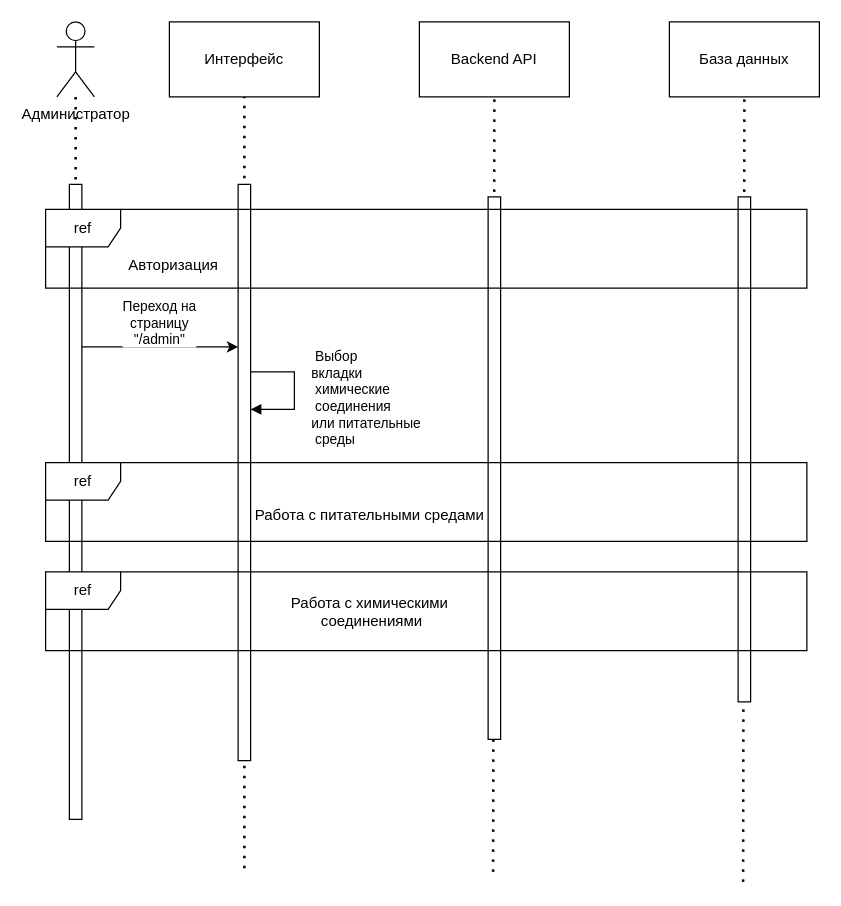
Before: sequence_manage-data.drawio in eva01pilot/plant-tissue-diagrams, a draw.io diagram. Source tidied: cells renumbered, new cells numbered last; positions are measured from the earlier drawing's top-left corner, leaving out a move shared by most shapes. Both pictures are drawn from the tidied source at 125%, with x=0, y=0 at pixel (45, 21).
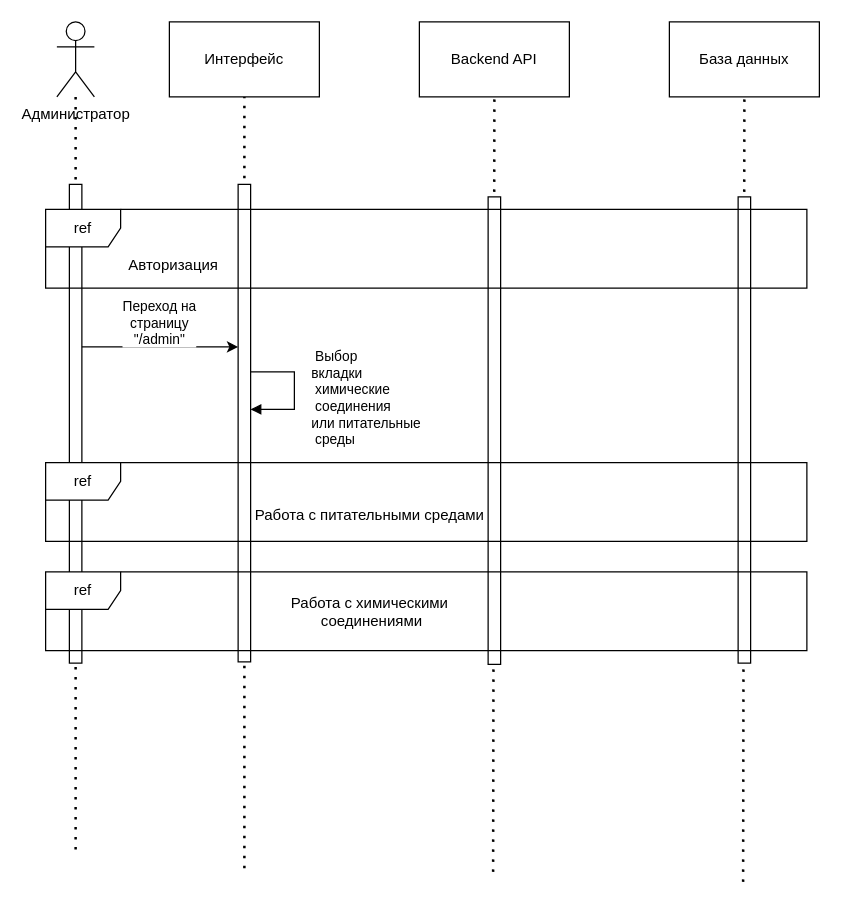
The same page after the edit.

Unchanged cells that the change refers to:
```xml
<mxCell id="5" value="&lt;div&gt;Администратор&lt;/div&gt;" style="shape=umlActor;verticalLabelPosition=bottom;verticalAlign=top;html=1;outlineConnect=0;align=center;horizontal=1;labelPosition=center;" parent="1" vertex="1">
  <mxGeometry x="9" width="30" height="60" as="geometry" />
</mxCell>
```

What changed in the source:
```diff
@@
+    <mxCell id="13" style="endArrow=none;dashed=1;html=1;dashPattern=1 3;strokeWidth=2;rounded=0;" parent="1" edge="1" source="5">
+      <mxGeometry relative="1" as="geometry">
+        <mxPoint x="24" y="667" as="targetPoint" />
+      </mxGeometry>
+    </mxCell>
@@
     <mxCell id="7" style="html=1;points=[[0,0,0,0,5],[0,1,0,0,-5],[1,0,0,0,5],[1,1,0,0,-5]];perimeter=orthogonalPerimeter;outlineConnect=0;targetShapes=umlLifeline;portConstraint=eastwest;newEdgeStyle={&quot;curved&quot;:0,&quot;rounded&quot;:0};" parent="1" vertex="1">
-      <mxGeometry x="19" y="130" width="10" height="508" as="geometry" />
+      <mxGeometry x="19" y="130" width="10" height="383" as="geometry" />
     </mxCell>
     <mxCell id="8" style="html=1;points=[[0,0,0,0,5],[0,1,0,0,-5],[1,0,0,0,5],[1,1,0,0,-5]];perimeter=orthogonalPerimeter;outlineConnect=0;targetShapes=umlLifeline;portConstraint=eastwest;newEdgeStyle={&quot;curved&quot;:0,&quot;rounded&quot;:0};" parent="1" vertex="1">
-      <mxGeometry x="154" y="130" width="10" height="461" as="geometry" />
+      <mxGeometry x="154" y="130" width="10" height="382" as="geometry" />
     </mxCell>
@@
     <mxCell id="10" style="html=1;perimeter=orthogonalPerimeter;targetShapes=umlLifeline;newEdgeStyle={&quot;curved&quot;:0,&quot;rounded&quot;:0};" parent="1" vertex="1">
-      <mxGeometry x="354" y="140" width="10" height="434" as="geometry" />
+      <mxGeometry x="354" y="140" width="10" height="374" as="geometry" />
     </mxCell>
@@
     <mxCell id="12" style="html=1;perimeter=orthogonalPerimeter;targetShapes=umlLifeline;newEdgeStyle={&quot;curved&quot;:0,&quot;rounded&quot;:0};" parent="1" vertex="1">
-      <mxGeometry x="554" y="140" width="10" height="404" as="geometry" />
+      <mxGeometry x="554" y="140" width="10" height="373" as="geometry" />
     </mxCell>
-    <mxCell id="13" style="endArrow=none;dashed=1;html=1;dashPattern=1 3;strokeWidth=2;rounded=0;" parent="1" edge="1" source="5" target="7">
-      <mxGeometry relative="1" as="geometry" />
-    </mxCell>
```
